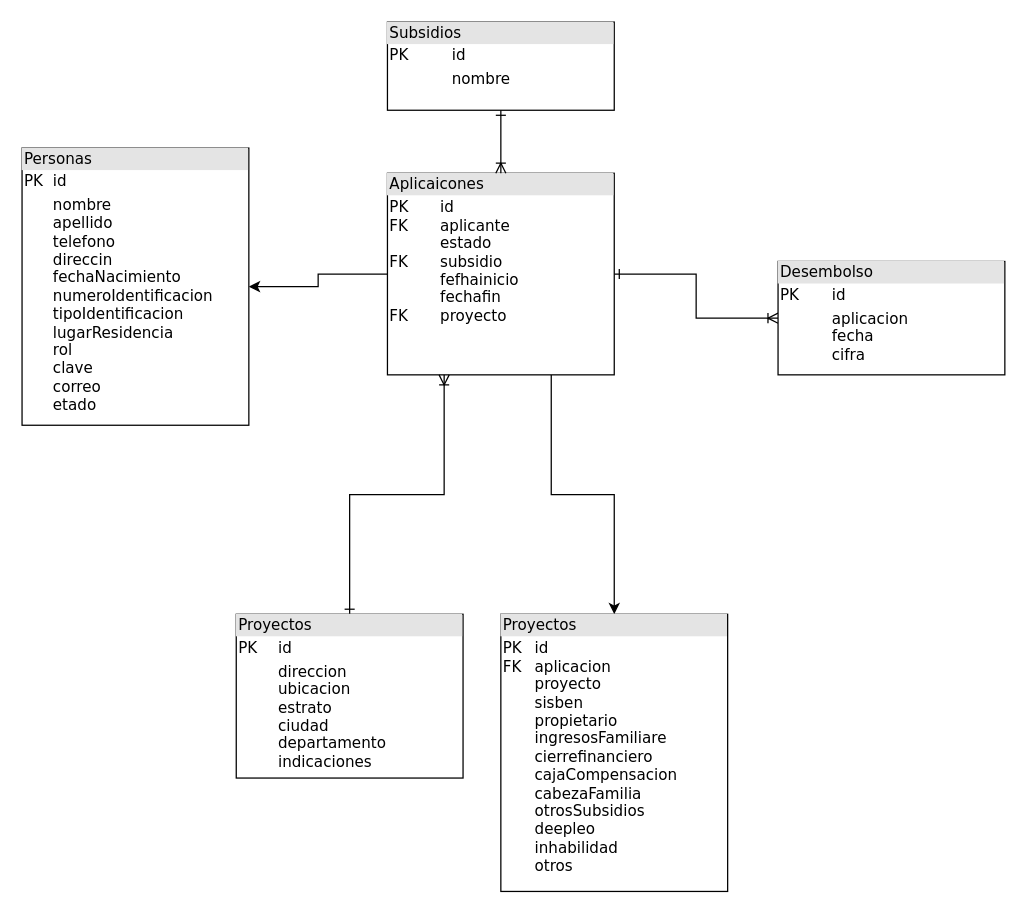
Before: DBA/modelo relacional.drawio in jucastro94/proyecto-subsidios, a draw.io diagram. Source tidied: cells renumbered, new cells numbered last; positions are measured from the earlier drawing's top-left corner, leaving out a move shared by most shapes. Both pictures are drawn from the tidied source at 126%, with x=0, y=0 at pixel (21, 21).
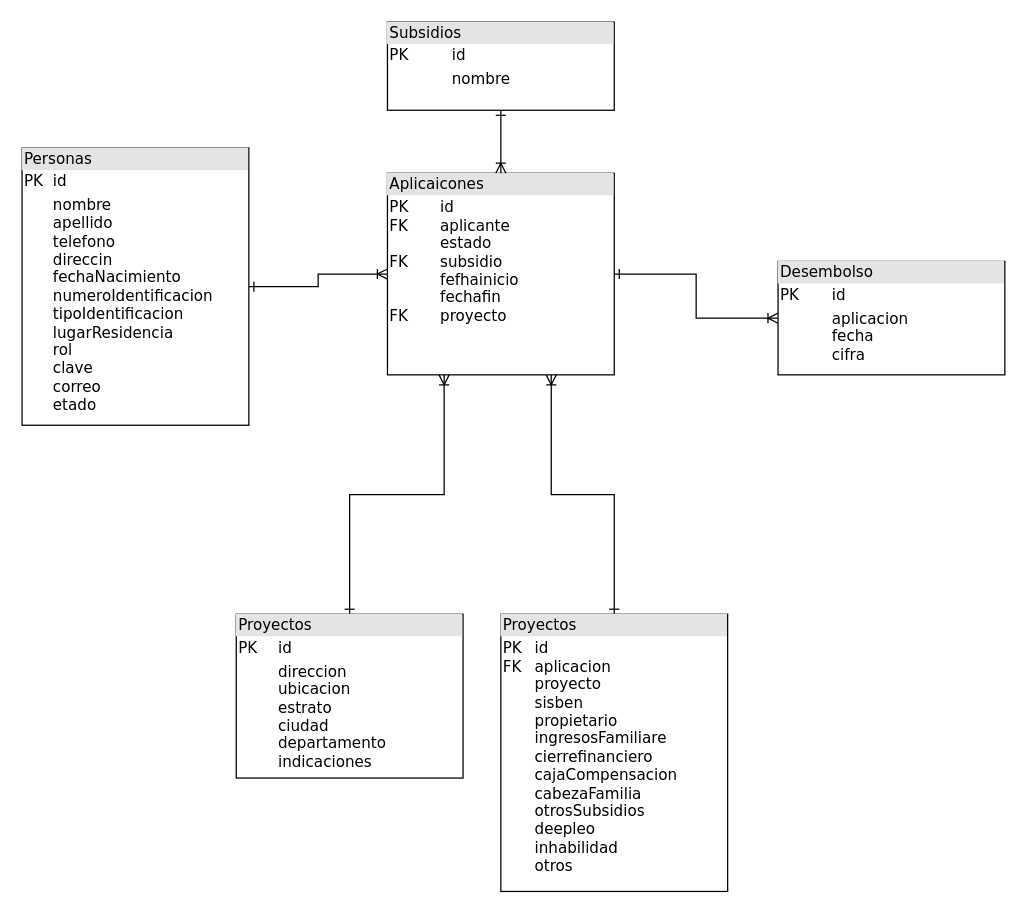
The same page after the edit.

Change to the diagram source:
```diff
@@
 <mxGraphModel>
   <root>
     <mxCell id="0" />
     <mxCell id="1" parent="0" />
     <mxCell id="2" style="edgeStyle=orthogonalEdgeStyle;rounded=0;jettySize=auto;html=1;entryX=0;entryY=0.5;entryDx=0;entryDy=0;endArrow=ERoneToMany;endFill=0;startArrow=ERone;startFill=0;" parent="1" edge="1" source="5" target="6">
       <mxGeometry relative="1" as="geometry" />
     </mxCell>
-    <mxCell id="3" style="edgeStyle=orthogonalEdgeStyle;rounded=0;jettySize=auto;html=1;entryX=1;entryY=0.5;entryDx=0;entryDy=0;" parent="1" edge="1" source="5" target="12">
+    <mxCell id="3" style="edgeStyle=orthogonalEdgeStyle;rounded=0;jettySize=auto;html=1;entryX=1;entryY=0.5;entryDx=0;entryDy=0;endArrow=ERone;endFill=0;startArrow=ERoneToMany;startFill=0;" parent="1" edge="1" source="5" target="12">
       <mxGeometry relative="1" as="geometry" />
     </mxCell>
-    <mxCell id="4" style="edgeStyle=orthogonalEdgeStyle;rounded=0;jettySize=auto;html=1;entryX=0.5;entryY=0;entryDx=0;entryDy=0;" parent="1" edge="1" source="5" target="11">
+    <mxCell id="4" style="edgeStyle=orthogonalEdgeStyle;rounded=0;jettySize=auto;html=1;entryX=0.5;entryY=0;entryDx=0;entryDy=0;startArrow=ERoneToMany;startFill=0;endArrow=ERone;endFill=0;" parent="1" edge="1" source="5" target="11">
       <mxGeometry relative="1" as="geometry">
         <Array as="points">
           <mxPoint x="420" y="375" />
           <mxPoint x="470" y="375" />
         </Array>
       </mxGeometry>
     </mxCell>
     <mxCell id="5" value="&lt;div style=&quot;box-sizing:border-box;width:100%;background:#e4e4e4;padding:2px;&quot;&gt;Aplicaicones&lt;/div&gt;&lt;table style=&quot;width:100%;font-size:1em;&quot; cellpadding=&quot;2&quot; cellspacing=&quot;0&quot;&gt;&lt;tbody&gt;&lt;tr&gt;&lt;td&gt;PK&lt;br&gt;FK&lt;br&gt;&lt;br&gt;FK&lt;br&gt;&lt;br&gt;&lt;br&gt;FK&lt;/td&gt;&lt;td&gt;id&lt;br&gt;aplicante&lt;br&gt;estado&lt;br&gt;subsidio&lt;br&gt;fefhainicio&lt;br&gt;fechafin&lt;br&gt;proyecto&lt;/td&gt;&lt;/tr&gt;&lt;tr&gt;&lt;td&gt;&lt;br&gt;&lt;/td&gt;&lt;td&gt;&lt;br&gt;&lt;/td&gt;&lt;/tr&gt;&lt;tr&gt;&lt;td&gt;&lt;/td&gt;&lt;td&gt;&lt;br&gt;&lt;br&gt;&lt;/td&gt;&lt;/tr&gt;&lt;/tbody&gt;&lt;/table&gt;" style="verticalAlign=top;align=left;overflow=fill;html=1;rounded=0;shadow=0;comic=0;labelBackgroundColor=none;strokeWidth=1;fontFamily=Verdana;fontSize=12;" parent="1" vertex="1">
       <mxGeometry x="290" y="120" width="180" height="160" as="geometry" />
     </mxCell>
     <mxCell id="6" value="&lt;div style=&quot;box-sizing: border-box ; width: 100% ; background: #e4e4e4 ; padding: 2px&quot;&gt;Desembolso&lt;/div&gt;&lt;table style=&quot;width: 100% ; font-size: 1em&quot; cellpadding=&quot;2&quot; cellspacing=&quot;0&quot;&gt;&lt;tbody&gt;&lt;tr&gt;&lt;td&gt;PK&lt;/td&gt;&lt;td&gt;id&lt;/td&gt;&lt;/tr&gt;&lt;tr&gt;&lt;td&gt;&lt;br&gt;&lt;br&gt;&lt;br&gt;&lt;br&gt;&lt;br&gt;&lt;/td&gt;&lt;td&gt;aplicacion&lt;br&gt;fecha&lt;br&gt;cifra&lt;br&gt;&lt;br&gt;&lt;br&gt;&lt;/td&gt;&lt;/tr&gt;&lt;tr&gt;&lt;td&gt;&lt;/td&gt;&lt;td&gt;&lt;br&gt;&lt;/td&gt;&lt;/tr&gt;&lt;/tbody&gt;&lt;/table&gt;" style="verticalAlign=top;align=left;overflow=fill;html=1;rounded=0;shadow=0;comic=0;labelBackgroundColor=none;strokeWidth=1;fontFamily=Verdana;fontSize=12;" parent="1" vertex="1">
       <mxGeometry x="600" y="190" width="180" height="90" as="geometry" />
     </mxCell>
     <mxCell id="7" style="edgeStyle=orthogonalEdgeStyle;rounded=0;jettySize=auto;html=1;entryX=0.5;entryY=0;entryDx=0;entryDy=0;endArrow=ERoneToMany;endFill=0;startArrow=ERone;startFill=0;exitX=0.5;exitY=1;exitDx=0;exitDy=0;" parent="1" edge="1" source="8" target="5">
       <mxGeometry relative="1" as="geometry">
         <Array as="points">
           <mxPoint x="380" y="80" />
           <mxPoint x="380" y="80" />
         </Array>
       </mxGeometry>
     </mxCell>
     <mxCell id="8" value="&lt;div style=&quot;box-sizing:border-box;width:100%;background:#e4e4e4;padding:2px;&quot;&gt;Subsidios&lt;/div&gt;&lt;table style=&quot;width:100%;font-size:1em;&quot; cellpadding=&quot;2&quot; cellspacing=&quot;0&quot;&gt;&lt;tbody&gt;&lt;tr&gt;&lt;td&gt;PK&lt;/td&gt;&lt;td&gt;id&lt;/td&gt;&lt;/tr&gt;&lt;tr&gt;&lt;td&gt;&lt;br&gt;&lt;/td&gt;&lt;td&gt;nombre&lt;/td&gt;&lt;/tr&gt;&lt;tr&gt;&lt;td&gt;&lt;/td&gt;&lt;td&gt;&lt;br&gt;&lt;/td&gt;&lt;/tr&gt;&lt;/tbody&gt;&lt;/table&gt;" style="verticalAlign=top;align=left;overflow=fill;html=1;rounded=0;shadow=0;comic=0;labelBackgroundColor=none;strokeWidth=1;fontFamily=Verdana;fontSize=12;" parent="1" vertex="1">
       <mxGeometry x="290" width="180" height="70" as="geometry" />
     </mxCell>
     <mxCell id="9" style="edgeStyle=orthogonalEdgeStyle;rounded=0;jettySize=auto;html=1;entryX=0.25;entryY=1;entryDx=0;entryDy=0;endArrow=ERoneToMany;endFill=0;startArrow=ERone;startFill=0;" parent="1" edge="1" source="10" target="5">
       <mxGeometry relative="1" as="geometry" />
     </mxCell>
     <mxCell id="10" value="&lt;div style=&quot;box-sizing: border-box ; width: 100% ; background: #e4e4e4 ; padding: 2px&quot;&gt;Proyectos&lt;/div&gt;&lt;table style=&quot;width: 100% ; font-size: 1em&quot; cellpadding=&quot;2&quot; cellspacing=&quot;0&quot;&gt;&lt;tbody&gt;&lt;tr&gt;&lt;td&gt;PK&lt;/td&gt;&lt;td&gt;id&lt;br&gt;&lt;/td&gt;&lt;/tr&gt;&lt;tr&gt;&lt;td&gt;&lt;br&gt;&lt;/td&gt;&lt;td&gt;direccion&lt;br&gt;ubicacion&lt;br&gt;estrato&lt;br&gt;ciudad&lt;br&gt;departamento&lt;br&gt;indicaciones&lt;/td&gt;&lt;/tr&gt;&lt;/tbody&gt;&lt;/table&gt;" style="verticalAlign=top;align=left;overflow=fill;html=1;rounded=0;shadow=0;comic=0;labelBackgroundColor=none;strokeWidth=1;fontFamily=Verdana;fontSize=12;" parent="1" vertex="1">
       <mxGeometry x="170" y="470" width="180" height="130" as="geometry" />
     </mxCell>
     <mxCell id="11" value="&lt;div style=&quot;box-sizing: border-box ; width: 100% ; background: #e4e4e4 ; padding: 2px&quot;&gt;Proyectos&lt;/div&gt;&lt;table style=&quot;width: 100% ; font-size: 1em&quot; cellpadding=&quot;2&quot; cellspacing=&quot;0&quot;&gt;&lt;tbody&gt;&lt;tr&gt;&lt;td&gt;PK&lt;br&gt;FK&lt;br&gt;&lt;br&gt;&lt;br&gt;&lt;br&gt;&lt;br&gt;&lt;br&gt;&lt;br&gt;&lt;br&gt;&lt;br&gt;&lt;br&gt;&lt;br&gt;&lt;br&gt;&lt;/td&gt;&lt;td&gt;id&lt;br&gt;aplicacion&lt;br style=&quot;border-color: var(--border-color);&quot;&gt;proyecto&lt;br style=&quot;border-color: var(--border-color);&quot;&gt;sisben&lt;br style=&quot;border-color: var(--border-color);&quot;&gt;propietario&lt;br style=&quot;border-color: var(--border-color);&quot;&gt;ingresosFamiliare&lt;br style=&quot;border-color: var(--border-color);&quot;&gt;cierrefinanciero&lt;br style=&quot;border-color: var(--border-color);&quot;&gt;cajaCompensacion&lt;br style=&quot;border-color: var(--border-color);&quot;&gt;cabezaFamilia&lt;br style=&quot;border-color: var(--border-color);&quot;&gt;otrosSubsidios&lt;br style=&quot;border-color: var(--border-color);&quot;&gt;deepleo&lt;br style=&quot;border-color: var(--border-color);&quot;&gt;inhabilidad&lt;br style=&quot;border-color: var(--border-color);&quot;&gt;otros&lt;br&gt;&lt;/td&gt;&lt;/tr&gt;&lt;tr&gt;&lt;td&gt;&lt;br&gt;&lt;/td&gt;&lt;td&gt;&lt;br&gt;&lt;/td&gt;&lt;/tr&gt;&lt;/tbody&gt;&lt;/table&gt;" style="verticalAlign=top;align=left;overflow=fill;html=1;rounded=0;shadow=0;comic=0;labelBackgroundColor=none;strokeWidth=1;fontFamily=Verdana;fontSize=12;" parent="1" vertex="1">
       <mxGeometry x="380" y="470" width="180" height="220" as="geometry" />
     </mxCell>
     <mxCell id="12" value="&lt;div style=&quot;box-sizing:border-box;width:100%;background:#e4e4e4;padding:2px;&quot;&gt;Personas&lt;/div&gt;&lt;table style=&quot;width:100%;font-size:1em;&quot; cellpadding=&quot;2&quot; cellspacing=&quot;0&quot;&gt;&lt;tbody&gt;&lt;tr&gt;&lt;td&gt;PK&lt;/td&gt;&lt;td&gt;id&lt;/td&gt;&lt;/tr&gt;&lt;tr&gt;&lt;td&gt;&lt;br&gt;&lt;/td&gt;&lt;td&gt;nombre&lt;br&gt;apellido&lt;br&gt;telefono&lt;br&gt;direccin&lt;br&gt;fechaNacimiento&lt;br&gt;numeroIdentificacion&lt;br&gt;tipoIdentificacion&lt;br&gt;lugarResidencia&lt;br&gt;rol&lt;br&gt;clave&lt;br&gt;correo&lt;br&gt;etado&lt;/td&gt;&lt;/tr&gt;&lt;tr&gt;&lt;td&gt;&lt;/td&gt;&lt;td&gt;&lt;br&gt;&lt;/td&gt;&lt;/tr&gt;&lt;/tbody&gt;&lt;/table&gt;" style="verticalAlign=top;align=left;overflow=fill;html=1;rounded=0;shadow=0;comic=0;labelBackgroundColor=none;strokeWidth=1;fontFamily=Verdana;fontSize=12;" parent="1" vertex="1">
       <mxGeometry y="100" width="180" height="220" as="geometry" />
     </mxCell>
   </root>
 </mxGraphModel>
```
